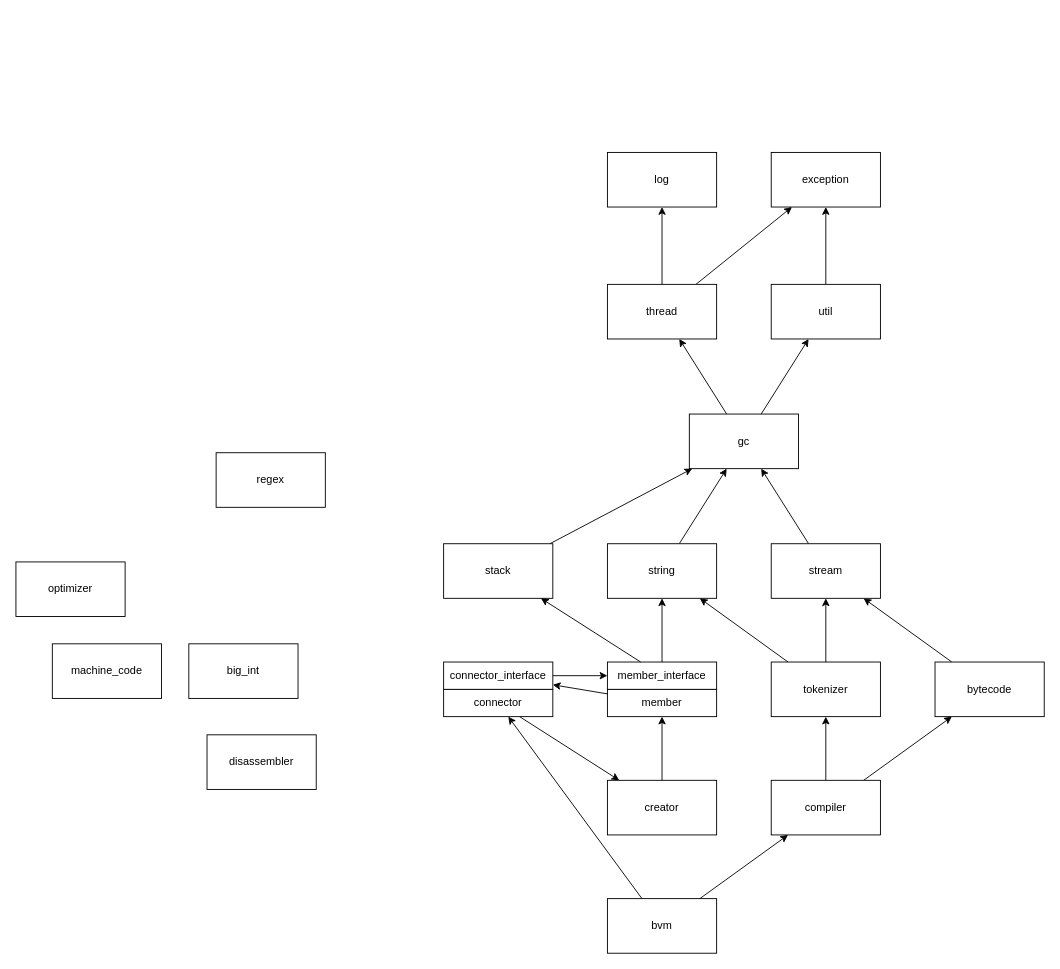
Above: page "Dependencies" (3 of 4) of Components.drawio in bialang/bia (draw.io), before the change. Source tidied: cells renumbered, new cells numbered last; positions are measured from the earlier drawing's top-left corner, leaving out a move shared by most shapes. Both pictures are drawn from the tidied source at 91%, with x=0, y=0 at pixel (15, 152).
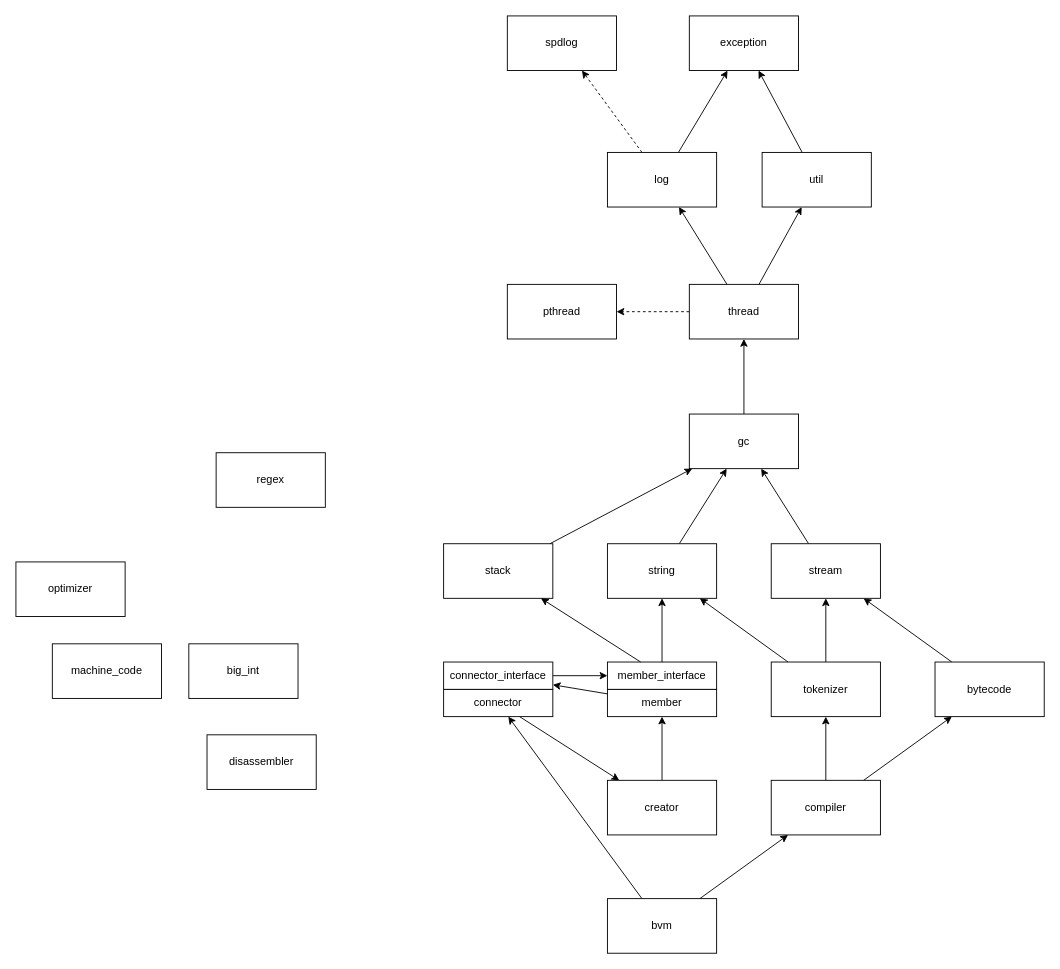
The same page after the edit.

The change refers to these unchanged cells:
```xml
<mxCell id="5" value="gc" style="rounded=0;whiteSpace=wrap;html=1;" parent="1" vertex="1">
  <mxGeometry x="740" y="287.5" width="120" height="60" as="geometry" />
</mxCell>
<mxCell id="45" value="log" style="rounded=0;whiteSpace=wrap;html=1;" parent="1" vertex="1">
  <mxGeometry x="650" width="120" height="60" as="geometry" />
</mxCell>
```

What changed in the source:
```diff
@@
     <mxCell id="2" value="exception" style="rounded=0;whiteSpace=wrap;html=1;" parent="1" vertex="1">
-      <mxGeometry x="830" width="120" height="60" as="geometry" />
+      <mxGeometry x="740" y="-150" width="120" height="60" as="geometry" />
     </mxCell>
@@
-    <mxCell id="4" style="edgeStyle=none;rounded=0;jettySize=auto;html=1;" parent="1" edge="1" source="5" target="14">
-      <mxGeometry relative="1" as="geometry" />
-    </mxCell>
@@
-    <mxCell id="6" style="edgeStyle=none;rounded=0;jettySize=auto;html=1;" parent="1" edge="1" source="8" target="2">
+    <mxCell id="6" style="edgeStyle=none;rounded=0;jettySize=auto;html=1;" parent="1" edge="1" source="8" target="14">
       <mxGeometry relative="1" as="geometry" />
     </mxCell>
-    <mxCell id="7" style="edgeStyle=orthogonalEdgeStyle;rounded=0;jettySize=auto;html=1;" parent="1" edge="1" source="8" target="45">
+    <mxCell id="7" style="rounded=0;jettySize=auto;html=1;" parent="1" edge="1" source="8" target="45">
       <mxGeometry relative="1" as="geometry" />
     </mxCell>
+    <mxCell id="46" style="edgeStyle=none;rounded=0;jettySize=auto;html=1;dashed=1;" parent="1" edge="1" source="8" target="50">
+      <mxGeometry relative="1" as="geometry" />
+    </mxCell>
     <mxCell id="8" value="thread" style="rounded=0;whiteSpace=wrap;html=1;" parent="1" vertex="1">
-      <mxGeometry x="650" y="145" width="120" height="60" as="geometry" />
+      <mxGeometry x="740" y="145" width="120" height="60" as="geometry" />
     </mxCell>
@@
     <mxCell id="14" value="util" style="rounded=0;whiteSpace=wrap;html=1;" parent="1" vertex="1">
-      <mxGeometry x="830" y="145" width="120" height="60" as="geometry" />
+      <mxGeometry x="820" width="120" height="60" as="geometry" />
     </mxCell>
@@
+    <mxCell id="47" style="rounded=0;jettySize=auto;html=1;" parent="1" edge="1" source="45" target="2">
+      <mxGeometry relative="1" as="geometry" />
+    </mxCell>
+    <mxCell id="48" style="edgeStyle=none;rounded=0;jettySize=auto;html=1;dashed=1;" parent="1" edge="1" source="45" target="49">
+      <mxGeometry relative="1" as="geometry" />
+    </mxCell>
@@
+    <mxCell id="49" value="spdlog" style="rounded=0;whiteSpace=wrap;html=1;" parent="1" vertex="1">
+      <mxGeometry x="540" y="-150" width="120" height="60" as="geometry" />
+    </mxCell>
+    <mxCell id="50" value="pthread" style="rounded=0;whiteSpace=wrap;html=1;" parent="1" vertex="1">
+      <mxGeometry x="540" y="145" width="120" height="60" as="geometry" />
+    </mxCell>
```
